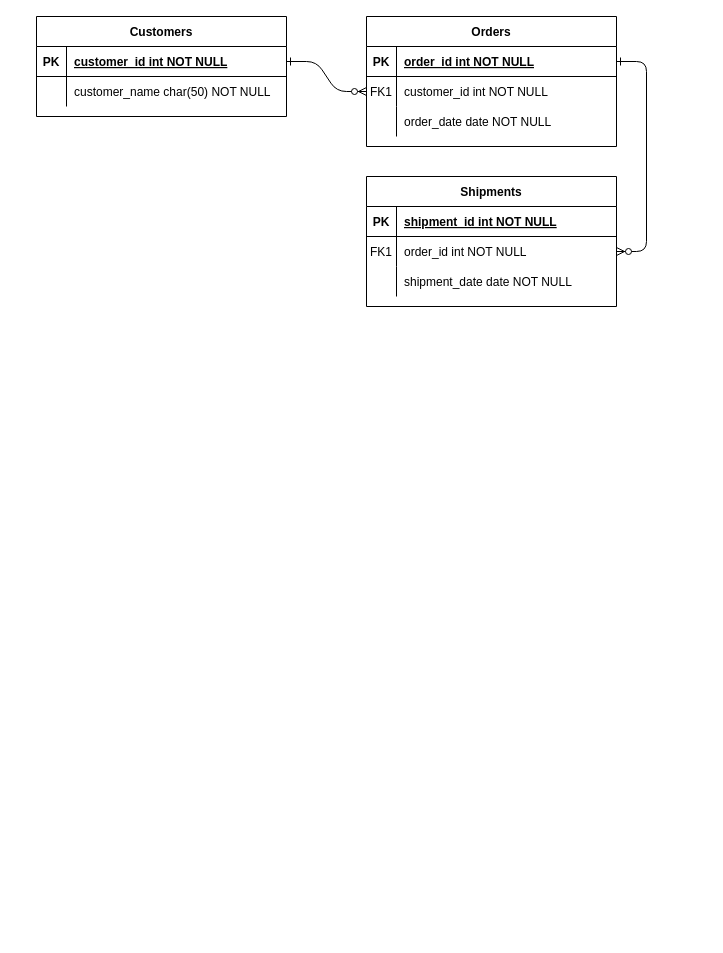
kwoehrer/DatabaseHw keeps this draw.io diagram as Untitled Diagram.drawio. Above is the earlier version. Source tidied: cells renumbered, new cells numbered last; positions are measured from the earlier drawing's top-left corner, leaving out a move shared by most shapes. Both pictures are drawn from the tidied source at 100%, with x=0, y=0 at pixel (36, 16).
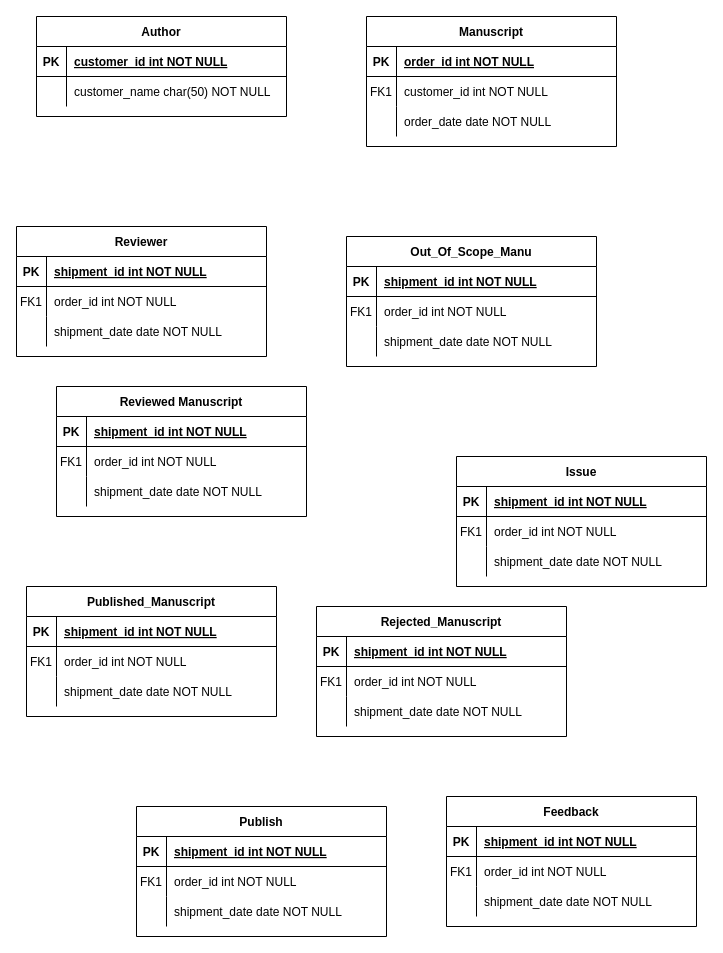
The same diagram, later.

Unchanged cells that the change refers to:
```xml
<mxCell id="5" style="shape=partialRectangle;fillColor=none;points=[[0,0.5],[1,0.5]];portConstraint=eastwest;top=0;left=0;right=0;bottom=1;" parent="4" vertex="1">
  <mxGeometry y="30" width="250" height="30" as="geometry" />
</mxCell>
<mxCell id="8" style="shape=partialRectangle;fillColor=none;points=[[0,0.5],[1,0.5]];portConstraint=eastwest;top=0;left=0;right=0;bottom=0;" parent="4" vertex="1">
  <mxGeometry y="60" width="250" height="30" as="geometry" />
</mxCell>
<mxCell id="18" style="shape=partialRectangle;fillColor=none;points=[[0,0.5],[1,0.5]];portConstraint=eastwest;top=0;left=0;right=0;bottom=0;" parent="14" vertex="1">
  <mxGeometry y="60" width="250" height="30" as="geometry" />
</mxCell>
<mxCell id="25" style="shape=partialRectangle;fillColor=none;points=[[0,0.5],[1,0.5]];portConstraint=eastwest;top=0;left=0;right=0;bottom=1;" parent="24" vertex="1">
  <mxGeometry y="30" width="250" height="30" as="geometry" />
</mxCell>
```

What changed in the source:
```diff
@@
-    <mxCell id="2" style="edgeStyle=entityRelationEdgeStyle;endArrow=ERzeroToMany;startArrow=ERone;endFill=1;startFill=0;" parent="1" edge="1" source="25" target="8">
-      <mxGeometry relative="1" as="geometry" />
-    </mxCell>
-    <mxCell id="3" style="edgeStyle=entityRelationEdgeStyle;endArrow=ERzeroToMany;startArrow=ERone;endFill=1;startFill=0;" parent="1" edge="1" source="5" target="18">
-      <mxGeometry relative="1" as="geometry" />
-    </mxCell>
-    <mxCell id="4" value="Orders" style="shape=table;startSize=30;childLayout=tableLayout;rowLines=0;fontStyle=1;align=center;" parent="1" vertex="1">
+    <mxCell id="4" value="Manuscript" style="shape=table;startSize=30;childLayout=tableLayout;rowLines=0;fontStyle=1;align=center;" parent="1" vertex="1">
       <mxGeometry x="330" width="250" height="130" as="geometry" />
     </mxCell>
@@
-    <mxCell id="14" value="Shipments" style="shape=table;startSize=30;childLayout=tableLayout;rowLines=0;fontStyle=1;align=center;" parent="1" vertex="1">
-      <mxGeometry x="330" y="160" width="250" height="130" as="geometry" />
+    <mxCell id="14" value="Reviewer" style="shape=table;startSize=30;childLayout=tableLayout;rowLines=0;fontStyle=1;align=center;" parent="1" vertex="1">
+      <mxGeometry x="-20" y="210" width="250" height="130" as="geometry" />
     </mxCell>
@@
-    <mxCell id="24" value="Customers" style="shape=table;startSize=30;childLayout=tableLayout;rowLines=0;fontStyle=1;align=center;" parent="1" vertex="1">
+    <mxCell id="24" value="Author" style="shape=table;startSize=30;childLayout=tableLayout;rowLines=0;fontStyle=1;align=center;" parent="1" vertex="1">
       <mxGeometry width="250" height="100" as="geometry" />
     </mxCell>
@@
+    <mxCell id="31" value="Reviewed Manuscript" style="shape=table;startSize=30;childLayout=tableLayout;rowLines=0;fontStyle=1;align=center;" parent="1" vertex="1">
+      <mxGeometry x="20" y="370" width="250" height="130" as="geometry" />
+    </mxCell>
+    <mxCell id="32" style="shape=partialRectangle;fillColor=none;top=0;left=0;right=0;bottom=1;" parent="31" vertex="1">
+      <mxGeometry y="30" width="250" height="30" as="geometry" />
+    </mxCell>
+    <mxCell id="33" value="PK" style="shape=partialRectangle;overflow=hidden;fillColor=none;top=0;left=0;bottom=0;right=0;fontStyle=1;" parent="32" vertex="1">
+      <mxGeometry width="30" height="30" as="geometry" />
+    </mxCell>
+    <mxCell id="34" value="shipment_id int NOT NULL " style="shape=partialRectangle;overflow=hidden;fillColor=none;top=0;left=0;bottom=0;right=0;align=left;spacingLeft=6;fontStyle=5;" parent="32" vertex="1">
+      <mxGeometry x="30" width="220" height="30" as="geometry" />
+    </mxCell>
+    <mxCell id="35" style="shape=partialRectangle;fillColor=none;top=0;left=0;right=0;bottom=0;" parent="31" vertex="1">
+      <mxGeometry y="60" width="250" height="30" as="geometry" />
+    </mxCell>
+    <mxCell id="36" value="FK1" style="shape=partialRectangle;overflow=hidden;fillColor=none;top=0;left=0;bottom=0;right=0;" parent="35" vertex="1">
+      <mxGeometry width="30" height="30" as="geometry" />
+    </mxCell>
+    <mxCell id="37" value="order_id int NOT NULL" style="shape=partialRectangle;overflow=hidden;fillColor=none;top=0;left=0;bottom=0;right=0;align=left;spacingLeft=6;" parent="35" vertex="1">
+      <mxGeometry x="30" width="220" height="30" as="geometry" />
+    </mxCell>
+    <mxCell id="38" style="shape=partialRectangle;fillColor=none;top=0;left=0;right=0;bottom=0;" parent="31" vertex="1">
+      <mxGeometry y="90" width="250" height="30" as="geometry" />
+    </mxCell>
+    <mxCell id="39" style="shape=partialRectangle;overflow=hidden;fillColor=none;top=0;left=0;bottom=0;right=0;" parent="38" vertex="1">
+      <mxGeometry width="30" height="30" as="geometry" />
+    </mxCell>
+    <mxCell id="40" value="shipment_date date NOT NULL" style="shape=partialRectangle;overflow=hidden;fillColor=none;top=0;left=0;bottom=0;right=0;align=left;spacingLeft=6;" parent="38" vertex="1">
+      <mxGeometry x="30" width="220" height="30" as="geometry" />
+    </mxCell>
+    <mxCell id="41" value="Issue" style="shape=table;startSize=30;childLayout=tableLayout;rowLines=0;fontStyle=1;align=center;" parent="1" vertex="1">
+      <mxGeometry x="420" y="440" width="250" height="130" as="geometry" />
+    </mxCell>
+    <mxCell id="42" style="shape=partialRectangle;fillColor=none;top=0;left=0;right=0;bottom=1;" parent="41" vertex="1">
+      <mxGeometry y="30" width="250" height="30" as="geometry" />
+    </mxCell>
+    <mxCell id="43" value="PK" style="shape=partialRectangle;overflow=hidden;fillColor=none;top=0;left=0;bottom=0;right=0;fontStyle=1;" parent="42" vertex="1">
+      <mxGeometry width="30" height="30" as="geometry" />
+    </mxCell>
+    <mxCell id="44" value="shipment_id int NOT NULL " style="shape=partialRectangle;overflow=hidden;fillColor=none;top=0;left=0;bottom=0;right=0;align=left;spacingLeft=6;fontStyle=5;" parent="42" vertex="1">
+      <mxGeometry x="30" width="220" height="30" as="geometry" />
+    </mxCell>
+    <mxCell id="45" style="shape=partialRectangle;fillColor=none;top=0;left=0;right=0;bottom=0;" parent="41" vertex="1">
+      <mxGeometry y="60" width="250" height="30" as="geometry" />
+    </mxCell>
+    <mxCell id="46" value="FK1" style="shape=partialRectangle;overflow=hidden;fillColor=none;top=0;left=0;bottom=0;right=0;" parent="45" vertex="1">
+      <mxGeometry width="30" height="30" as="geometry" />
+    </mxCell>
+    <mxCell id="47" value="order_id int NOT NULL" style="shape=partialRectangle;overflow=hidden;fillColor=none;top=0;left=0;bottom=0;right=0;align=left;spacingLeft=6;" parent="45" vertex="1">
+      <mxGeometry x="30" width="220" height="30" as="geometry" />
+    </mxCell>
+    <mxCell id="48" style="shape=partialRectangle;fillColor=none;top=0;left=0;right=0;bottom=0;" parent="41" vertex="1">
+      <mxGeometry y="90" width="250" height="30" as="geometry" />
+    </mxCell>
+    <mxCell id="49" style="shape=partialRectangle;overflow=hidden;fillColor=none;top=0;left=0;bottom=0;right=0;" parent="48" vertex="1">
+      <mxGeometry width="30" height="30" as="geometry" />
+    </mxCell>
+    <mxCell id="50" value="shipment_date date NOT NULL" style="shape=partialRectangle;overflow=hidden;fillColor=none;top=0;left=0;bottom=0;right=0;align=left;spacingLeft=6;" parent="48" vertex="1">
+      <mxGeometry x="30" width="220" height="30" as="geometry" />
+    </mxCell>
+    <mxCell id="51" value="Out_Of_Scope_Manu" style="shape=table;startSize=30;childLayout=tableLayout;rowLines=0;fontStyle=1;align=center;" parent="1" vertex="1">
+      <mxGeometry x="310" y="220" width="250" height="130" as="geometry" />
+    </mxCell>
+    <mxCell id="52" style="shape=partialRectangle;fillColor=none;top=0;left=0;right=0;bottom=1;" parent="51" vertex="1">
+      <mxGeometry y="30" width="250" height="30" as="geometry" />
+    </mxCell>
+    <mxCell id="53" value="PK" style="shape=partialRectangle;overflow=hidden;fillColor=none;top=0;left=0;bottom=0;right=0;fontStyle=1;" parent="52" vertex="1">
+      <mxGeometry width="30" height="30" as="geometry" />
+    </mxCell>
+    <mxCell id="54" value="shipment_id int NOT NULL " style="shape=partialRectangle;overflow=hidden;fillColor=none;top=0;left=0;bottom=0;right=0;align=left;spacingLeft=6;fontStyle=5;" parent="52" vertex="1">
+      <mxGeometry x="30" width="220" height="30" as="geometry" />
+    </mxCell>
+    <mxCell id="55" style="shape=partialRectangle;fillColor=none;top=0;left=0;right=0;bottom=0;" parent="51" vertex="1">
+      <mxGeometry y="60" width="250" height="30" as="geometry" />
+    </mxCell>
+    <mxCell id="56" value="FK1" style="shape=partialRectangle;overflow=hidden;fillColor=none;top=0;left=0;bottom=0;right=0;" parent="55" vertex="1">
+      <mxGeometry width="30" height="30" as="geometry" />
+    </mxCell>
+    <mxCell id="57" value="order_id int NOT NULL" style="shape=partialRectangle;overflow=hidden;fillColor=none;top=0;left=0;bottom=0;right=0;align=left;spacingLeft=6;" parent="55" vertex="1">
+      <mxGeometry x="30" width="220" height="30" as="geometry" />
+    </mxCell>
+    <mxCell id="58" style="shape=partialRectangle;fillColor=none;top=0;left=0;right=0;bottom=0;" parent="51" vertex="1">
+      <mxGeometry y="90" width="250" height="30" as="geometry" />
+    </mxCell>
+    <mxCell id="59" style="shape=partialRectangle;overflow=hidden;fillColor=none;top=0;left=0;bottom=0;right=0;" parent="58" vertex="1">
+      <mxGeometry width="30" height="30" as="geometry" />
+    </mxCell>
+    <mxCell id="60" value="shipment_date date NOT NULL" style="shape=partialRectangle;overflow=hidden;fillColor=none;top=0;left=0;bottom=0;right=0;align=left;spacingLeft=6;" parent="58" vertex="1">
+      <mxGeometry x="30" width="220" height="30" as="geometry" />
+    </mxCell>
+    <mxCell id="61" value="Published_Manuscript" style="shape=table;startSize=30;childLayout=tableLayout;rowLines=0;fontStyle=1;align=center;" parent="1" vertex="1">
+      <mxGeometry x="-10" y="570" width="250" height="130" as="geometry" />
+    </mxCell>
+    <mxCell id="62" style="shape=partialRectangle;fillColor=none;top=0;left=0;right=0;bottom=1;" parent="61" vertex="1">
+      <mxGeometry y="30" width="250" height="30" as="geometry" />
+    </mxCell>
+    <mxCell id="63" value="PK" style="shape=partialRectangle;overflow=hidden;fillColor=none;top=0;left=0;bottom=0;right=0;fontStyle=1;" parent="62" vertex="1">
+      <mxGeometry width="30" height="30" as="geometry" />
+    </mxCell>
+    <mxCell id="64" value="shipment_id int NOT NULL " style="shape=partialRectangle;overflow=hidden;fillColor=none;top=0;left=0;bottom=0;right=0;align=left;spacingLeft=6;fontStyle=5;" parent="62" vertex="1">
+      <mxGeometry x="30" width="220" height="30" as="geometry" />
+    </mxCell>
+    <mxCell id="65" style="shape=partialRectangle;fillColor=none;top=0;left=0;right=0;bottom=0;" parent="61" vertex="1">
+      <mxGeometry y="60" width="250" height="30" as="geometry" />
+    </mxCell>
+    <mxCell id="66" value="FK1" style="shape=partialRectangle;overflow=hidden;fillColor=none;top=0;left=0;bottom=0;right=0;" parent="65" vertex="1">
+      <mxGeometry width="30" height="30" as="geometry" />
+    </mxCell>
+    <mxCell id="67" value="order_id int NOT NULL" style="shape=partialRectangle;overflow=hidden;fillColor=none;top=0;left=0;bottom=0;right=0;align=left;spacingLeft=6;" parent="65" vertex="1">
+      <mxGeometry x="30" width="220" height="30" as="geometry" />
+    </mxCell>
+    <mxCell id="68" style="shape=partialRectangle;fillColor=none;top=0;left=0;right=0;bottom=0;" parent="61" vertex="1">
+      <mxGeometry y="90" width="250" height="30" as="geometry" />
+    </mxCell>
+    <mxCell id="69" style="shape=partialRectangle;overflow=hidden;fillColor=none;top=0;left=0;bottom=0;right=0;" parent="68" vertex="1">
+      <mxGeometry width="30" height="30" as="geometry" />
+    </mxCell>
+    <mxCell id="70" value="shipment_date date NOT NULL" style="shape=partialRectangle;overflow=hidden;fillColor=none;top=0;left=0;bottom=0;right=0;align=left;spacingLeft=6;" parent="68" vertex="1">
+      <mxGeometry x="30" width="220" height="30" as="geometry" />
+    </mxCell>
+    <mxCell id="71" value="Rejected_Manuscript" style="shape=table;startSize=30;childLayout=tableLayout;rowLines=0;fontStyle=1;align=center;" parent="1" vertex="1">
+      <mxGeometry x="280" y="590" width="250" height="130" as="geometry" />
+    </mxCell>
+    <mxCell id="72" style="shape=partialRectangle;fillColor=none;top=0;left=0;right=0;bottom=1;" parent="71" vertex="1">
+      <mxGeometry y="30" width="250" height="30" as="geometry" />
+    </mxCell>
+    <mxCell id="73" value="PK" style="shape=partialRectangle;overflow=hidden;fillColor=none;top=0;left=0;bottom=0;right=0;fontStyle=1;" parent="72" vertex="1">
+      <mxGeometry width="30" height="30" as="geometry" />
+    </mxCell>
+    <mxCell id="74" value="shipment_id int NOT NULL " style="shape=partialRectangle;overflow=hidden;fillColor=none;top=0;left=0;bottom=0;right=0;align=left;spacingLeft=6;fontStyle=5;" parent="72" vertex="1">
+      <mxGeometry x="30" width="220" height="30" as="geometry" />
+    </mxCell>
+    <mxCell id="75" style="shape=partialRectangle;fillColor=none;top=0;left=0;right=0;bottom=0;" parent="71" vertex="1">
+      <mxGeometry y="60" width="250" height="30" as="geometry" />
+    </mxCell>
+    <mxCell id="76" value="FK1" style="shape=partialRectangle;overflow=hidden;fillColor=none;top=0;left=0;bottom=0;right=0;" parent="75" vertex="1">
+      <mxGeometry width="30" height="30" as="geometry" />
+    </mxCell>
+    <mxCell id="77" value="order_id int NOT NULL" style="shape=partialRectangle;overflow=hidden;fillColor=none;top=0;left=0;bottom=0;right=0;align=left;spacingLeft=6;" parent="75" vertex="1">
+      <mxGeometry x="30" width="220" height="30" as="geometry" />
+    </mxCell>
+    <mxCell id="78" style="shape=partialRectangle;fillColor=none;top=0;left=0;right=0;bottom=0;" parent="71" vertex="1">
+      <mxGeometry y="90" width="250" height="30" as="geometry" />
+    </mxCell>
+    <mxCell id="79" style="shape=partialRectangle;overflow=hidden;fillColor=none;top=0;left=0;bottom=0;right=0;" parent="78" vertex="1">
+      <mxGeometry width="30" height="30" as="geometry" />
+    </mxCell>
+    <mxCell id="80" value="shipment_date date NOT NULL" style="shape=partialRectangle;overflow=hidden;fillColor=none;top=0;left=0;bottom=0;right=0;align=left;spacingLeft=6;" parent="78" vertex="1">
+      <mxGeometry x="30" width="220" height="30" as="geometry" />
+    </mxCell>
+    <mxCell id="81" value="Publish" style="shape=table;startSize=30;childLayout=tableLayout;rowLines=0;fontStyle=1;align=center;" parent="1" vertex="1">
+      <mxGeometry x="100" y="790" width="250" height="130" as="geometry" />
+    </mxCell>
+    <mxCell id="82" style="shape=partialRectangle;fillColor=none;top=0;left=0;right=0;bottom=1;" parent="81" vertex="1">
+      <mxGeometry y="30" width="250" height="30" as="geometry" />
+    </mxCell>
+    <mxCell id="83" value="PK" style="shape=partialRectangle;overflow=hidden;fillColor=none;top=0;left=0;bottom=0;right=0;fontStyle=1;" parent="82" vertex="1">
+      <mxGeometry width="30" height="30" as="geometry" />
+    </mxCell>
+    <mxCell id="84" value="shipment_id int NOT NULL " style="shape=partialRectangle;overflow=hidden;fillColor=none;top=0;left=0;bottom=0;right=0;align=left;spacingLeft=6;fontStyle=5;" parent="82" vertex="1">
+      <mxGeometry x="30" width="220" height="30" as="geometry" />
+    </mxCell>
+    <mxCell id="85" style="shape=partialRectangle;fillColor=none;top=0;left=0;right=0;bottom=0;" parent="81" vertex="1">
+      <mxGeometry y="60" width="250" height="30" as="geometry" />
+    </mxCell>
+    <mxCell id="86" value="FK1" style="shape=partialRectangle;overflow=hidden;fillColor=none;top=0;left=0;bottom=0;right=0;" parent="85" vertex="1">
+      <mxGeometry width="30" height="30" as="geometry" />
+    </mxCell>
+    <mxCell id="87" value="order_id int NOT NULL" style="shape=partialRectangle;overflow=hidden;fillColor=none;top=0;left=0;bottom=0;right=0;align=left;spacingLeft=6;" parent="85" vertex="1">
+      <mxGeometry x="30" width="220" height="30" as="geometry" />
+    </mxCell>
+    <mxCell id="88" style="shape=partialRectangle;fillColor=none;top=0;left=0;right=0;bottom=0;" parent="81" vertex="1">
+      <mxGeometry y="90" width="250" height="30" as="geometry" />
+    </mxCell>
+    <mxCell id="89" style="shape=partialRectangle;overflow=hidden;fillColor=none;top=0;left=0;bottom=0;right=0;" parent="88" vertex="1">
+      <mxGeometry width="30" height="30" as="geometry" />
+    </mxCell>
+    <mxCell id="90" value="shipment_date date NOT NULL" style="shape=partialRectangle;overflow=hidden;fillColor=none;top=0;left=0;bottom=0;right=0;align=left;spacingLeft=6;" parent="88" vertex="1">
+      <mxGeometry x="30" width="220" height="30" as="geometry" />
+    </mxCell>
+    <mxCell id="91" value="Feedback" style="shape=table;startSize=30;childLayout=tableLayout;rowLines=0;fontStyle=1;align=center;" parent="1" vertex="1">
+      <mxGeometry x="410" y="780" width="250" height="130" as="geometry" />
+    </mxCell>
+    <mxCell id="92" style="shape=partialRectangle;fillColor=none;top=0;left=0;right=0;bottom=1;" parent="91" vertex="1">
+      <mxGeometry y="30" width="250" height="30" as="geometry" />
+    </mxCell>
+    <mxCell id="93" value="PK" style="shape=partialRectangle;overflow=hidden;fillColor=none;top=0;left=0;bottom=0;right=0;fontStyle=1;" parent="92" vertex="1">
+      <mxGeometry width="30" height="30" as="geometry" />
+    </mxCell>
+    <mxCell id="94" value="shipment_id int NOT NULL " style="shape=partialRectangle;overflow=hidden;fillColor=none;top=0;left=0;bottom=0;right=0;align=left;spacingLeft=6;fontStyle=5;" parent="92" vertex="1">
+      <mxGeometry x="30" width="220" height="30" as="geometry" />
+    </mxCell>
+    <mxCell id="95" style="shape=partialRectangle;fillColor=none;top=0;left=0;right=0;bottom=0;" parent="91" vertex="1">
+      <mxGeometry y="60" width="250" height="30" as="geometry" />
+    </mxCell>
+    <mxCell id="96" value="FK1" style="shape=partialRectangle;overflow=hidden;fillColor=none;top=0;left=0;bottom=0;right=0;" parent="95" vertex="1">
+      <mxGeometry width="30" height="30" as="geometry" />
+    </mxCell>
+    <mxCell id="97" value="order_id int NOT NULL" style="shape=partialRectangle;overflow=hidden;fillColor=none;top=0;left=0;bottom=0;right=0;align=left;spacingLeft=6;" parent="95" vertex="1">
+      <mxGeometry x="30" width="220" height="30" as="geometry" />
+    </mxCell>
+    <mxCell id="98" style="shape=partialRectangle;fillColor=none;top=0;left=0;right=0;bottom=0;" parent="91" vertex="1">
+      <mxGeometry y="90" width="250" height="30" as="geometry" />
+    </mxCell>
+    <mxCell id="99" style="shape=partialRectangle;overflow=hidden;fillColor=none;top=0;left=0;bottom=0;right=0;" parent="98" vertex="1">
+      <mxGeometry width="30" height="30" as="geometry" />
+    </mxCell>
+    <mxCell id="100" value="shipment_date date NOT NULL" style="shape=partialRectangle;overflow=hidden;fillColor=none;top=0;left=0;bottom=0;right=0;align=left;spacingLeft=6;" parent="98" vertex="1">
+      <mxGeometry x="30" width="220" height="30" as="geometry" />
+    </mxCell>
```
